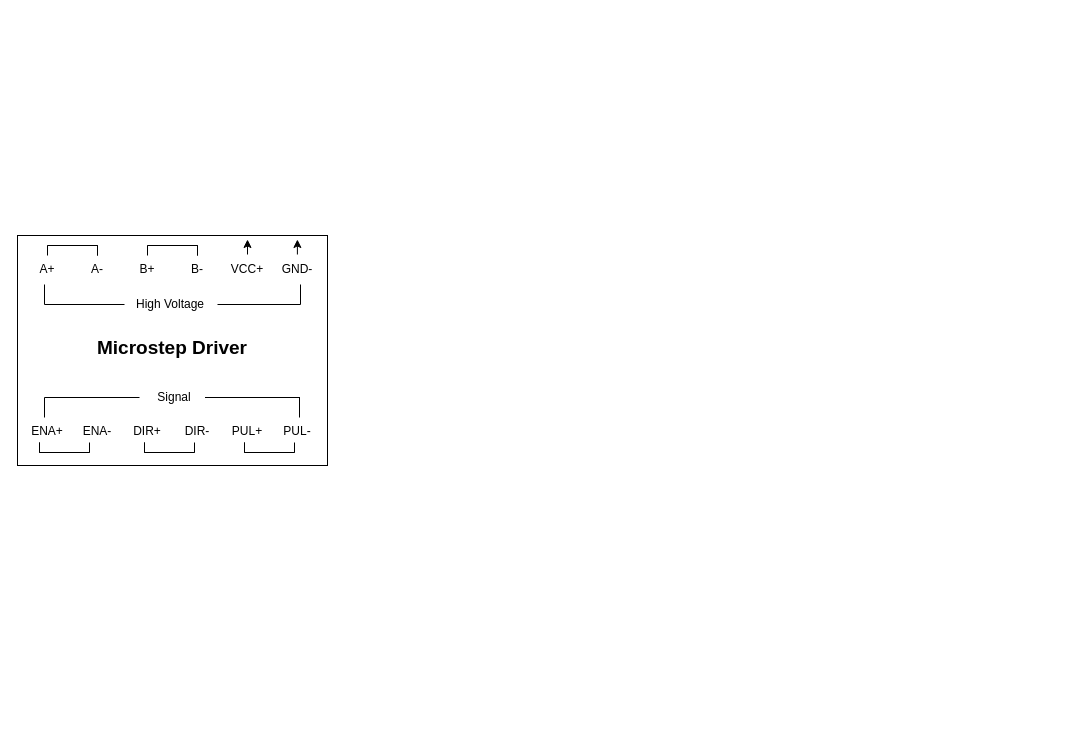
Before: Stepper-Driver-Esp32 Circuit Diagram.drawio in DattBhatt/Draw.io, a draw.io diagram. Source tidied: cells renumbered, new cells numbered last; positions are measured from the earlier drawing's top-left corner, leaving out a move shared by most shapes. Both pictures are drawn from the tidied source at 100%, with x=0, y=0 at pixel (17, 235).
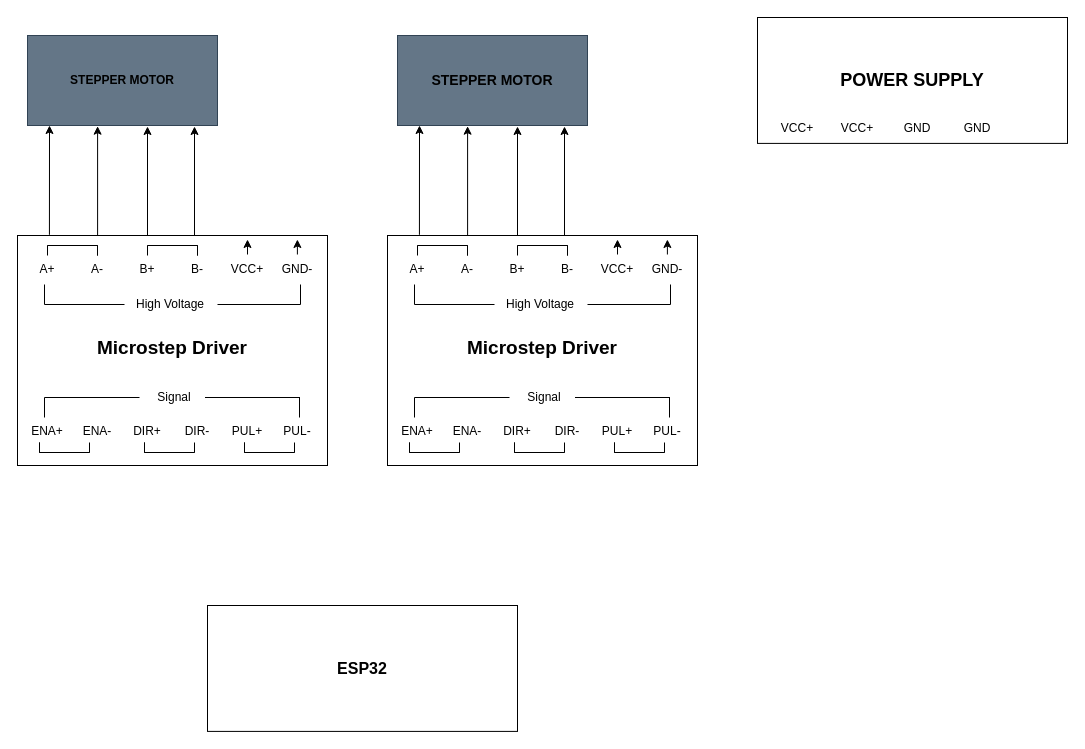
The same page after the edit.

Change to the diagram source:
```diff
@@
-    <mxCell id="2" style="rounded=0;whiteSpace=wrap;html=1;" parent="1" vertex="1">
+    <mxCell id="2" style="rounded=0;whiteSpace=wrap;html=1;fillColor=default;" parent="1" vertex="1">
       <mxGeometry width="310" height="230" as="geometry" />
     </mxCell>
@@
-    <mxCell id="4" value="A+" style="text;html=1;align=center;verticalAlign=middle;whiteSpace=wrap;rounded=0;" parent="1" vertex="1">
+    <mxCell id="4" value="A+" style="text;html=1;align=center;verticalAlign=middle;whiteSpace=wrap;rounded=0;labelBorderColor=none;fontColor=default;" parent="1" vertex="1">
       <mxGeometry y="19" width="60" height="30" as="geometry" />
     </mxCell>
@@
-    <mxCell id="6" value="A-" style="text;html=1;align=center;verticalAlign=middle;whiteSpace=wrap;rounded=0;" parent="1" vertex="1">
+    <mxCell id="6" value="A-" style="text;html=1;align=center;verticalAlign=middle;whiteSpace=wrap;rounded=0;fontColor=default;labelBackgroundColor=none;textShadow=0;labelBorderColor=none;" parent="1" vertex="1">
       <mxGeometry x="50" y="19" width="60" height="30" as="geometry" />
     </mxCell>
@@
-    <mxCell id="65" style="endArrow=classic;html=1;rounded=0;exitX=0.5;exitY=0;exitDx=0;exitDy=0;" parent="1" edge="1">
-      <mxGeometry relative="1" as="geometry">
-        <mxPoint x="279.9" y="19" as="sourcePoint" />
-        <mxPoint x="279.9" y="4" as="targetPoint" />
-      </mxGeometry>
-    </mxCell>
+    <mxCell id="66" style="endArrow=classic;html=1;rounded=0;exitX=0.5;exitY=0;exitDx=0;exitDy=0;" parent="1" edge="1">
+      <mxGeometry relative="1" as="geometry">
+        <mxPoint x="279.9" y="19" as="sourcePoint" />
+        <mxPoint x="279.9" y="4" as="targetPoint" />
+      </mxGeometry>
+    </mxCell>
+    <mxCell id="67" style="endArrow=classic;html=1;rounded=0;exitX=0.103;exitY=-0.003;exitDx=0;exitDy=0;exitPerimeter=0;fontColor=light-dark(#000000,#000000);strokeColor=light-dark(#000000,#000000);" parent="1" edge="1" source="2">
+      <mxGeometry relative="1" as="geometry">
+        <mxPoint x="32" y="-110" as="targetPoint" />
+      </mxGeometry>
+    </mxCell>
+    <mxCell id="68" style="endArrow=classic;html=1;rounded=0;exitX=0.103;exitY=-0.003;exitDx=0;exitDy=0;exitPerimeter=0;fontColor=light-dark(#000000,#000000);strokeColor=light-dark(#000000,#97D077);" parent="1" edge="1">
+      <mxGeometry relative="1" as="geometry">
+        <mxPoint x="80.1" y="-0.3" as="sourcePoint" />
+        <mxPoint x="80.1" y="-109.3" as="targetPoint" />
+      </mxGeometry>
+    </mxCell>
+    <mxCell id="69" style="endArrow=classic;html=1;rounded=0;exitX=0.103;exitY=-0.003;exitDx=0;exitDy=0;exitPerimeter=0;fontColor=light-dark(#000000,#000000);strokeColor=light-dark(#000000,#3333FF);" parent="1" edge="1">
+      <mxGeometry relative="1" as="geometry">
+        <mxPoint x="177" as="sourcePoint" />
+        <mxPoint x="177" y="-109" as="targetPoint" />
+      </mxGeometry>
+    </mxCell>
+    <mxCell id="70" style="endArrow=classic;html=1;rounded=0;exitX=0.103;exitY=-0.003;exitDx=0;exitDy=0;exitPerimeter=0;fontColor=light-dark(#000000,#000000);strokeColor=light-dark(#000000,#FF3333);" parent="1" edge="1">
+      <mxGeometry relative="1" as="geometry">
+        <mxPoint x="130" as="sourcePoint" />
+        <mxPoint x="130" y="-109" as="targetPoint" />
+      </mxGeometry>
+    </mxCell>
+    <mxCell id="71" style="group;fillColor=#a20025;fontColor=#ffffff;strokeColor=#6F0000;" parent="1" vertex="1">
+      <mxGeometry x="10" y="-200" width="190" height="90" as="geometry" />
+    </mxCell>
+    <mxCell id="72" value="&lt;b&gt;&lt;font style=&quot;font-size: 16px;&quot;&gt;ESP32&lt;/font&gt;&lt;/b&gt;" style="rounded=0;whiteSpace=wrap;html=1;" parent="1" vertex="1">
+      <mxGeometry x="190" y="370" width="310" height="125.9" as="geometry" />
+    </mxCell>
+    <mxCell id="73" value="&lt;font style=&quot;color: light-dark(rgb(0, 0, 0), rgb(255, 255, 255));&quot;&gt;&lt;b&gt;STEPPER MOTOR&lt;/b&gt;&lt;/font&gt;" style="rounded=0;whiteSpace=wrap;html=1;fillColor=#647687;strokeColor=#314354;fontColor=#ffffff;" parent="1" vertex="1">
+      <mxGeometry x="10" y="-200" width="190" height="90" as="geometry" />
+    </mxCell>
+    <mxCell id="74" style="rounded=0;whiteSpace=wrap;html=1;fillColor=default;" parent="1" vertex="1">
+      <mxGeometry x="370" width="310" height="230" as="geometry" />
+    </mxCell>
+    <mxCell id="75" value="&lt;h1 style=&quot;margin-top: 0px;&quot;&gt;&lt;font style=&quot;font-size: 19px;&quot;&gt;Microstep Driver&lt;/font&gt;&lt;/h1&gt;" style="text;html=1;whiteSpace=wrap;overflow=hidden;rounded=0;align=center;" parent="1" vertex="1">
+      <mxGeometry x="445" y="90" width="160" height="40" as="geometry" />
+    </mxCell>
+    <mxCell id="76" value="A+" style="text;html=1;align=center;verticalAlign=middle;whiteSpace=wrap;rounded=0;labelBorderColor=none;fontColor=default;" parent="1" vertex="1">
+      <mxGeometry x="370" y="19" width="60" height="30" as="geometry" />
+    </mxCell>
+    <mxCell id="77" value="GND-" style="text;html=1;align=center;verticalAlign=middle;whiteSpace=wrap;rounded=0;" parent="1" vertex="1">
+      <mxGeometry x="620" y="19" width="60" height="30" as="geometry" />
+    </mxCell>
+    <mxCell id="78" value="A-" style="text;html=1;align=center;verticalAlign=middle;whiteSpace=wrap;rounded=0;fontColor=default;labelBackgroundColor=none;textShadow=0;labelBorderColor=none;" parent="1" vertex="1">
+      <mxGeometry x="420" y="19" width="60" height="30" as="geometry" />
+    </mxCell>
+    <mxCell id="79" value="B+" style="text;html=1;align=center;verticalAlign=middle;whiteSpace=wrap;rounded=0;" parent="1" vertex="1">
+      <mxGeometry x="470" y="19" width="60" height="30" as="geometry" />
+    </mxCell>
+    <mxCell id="80" value="B-" style="text;html=1;align=center;verticalAlign=middle;whiteSpace=wrap;rounded=0;" parent="1" vertex="1">
+      <mxGeometry x="520" y="19" width="60" height="30" as="geometry" />
+    </mxCell>
+    <mxCell id="81" value="VCC+" style="text;html=1;align=center;verticalAlign=middle;whiteSpace=wrap;rounded=0;" parent="1" vertex="1">
+      <mxGeometry x="570" y="19" width="60" height="30" as="geometry" />
+    </mxCell>
+    <mxCell id="82" value="ENA+" style="text;html=1;align=center;verticalAlign=middle;whiteSpace=wrap;rounded=0;" parent="1" vertex="1">
+      <mxGeometry x="370" y="181" width="60" height="30" as="geometry" />
+    </mxCell>
+    <mxCell id="83" value="ENA-" style="text;html=1;align=center;verticalAlign=middle;whiteSpace=wrap;rounded=0;" parent="1" vertex="1">
+      <mxGeometry x="420" y="181" width="60" height="30" as="geometry" />
+    </mxCell>
+    <mxCell id="84" style="group;rotation=-180;" parent="1" vertex="1">
+      <mxGeometry x="392" y="207" width="50" height="10" as="geometry" />
+    </mxCell>
+    <mxCell id="85" style="endArrow=none;html=1;rounded=0;exitX=0.5;exitY=0;exitDx=0;exitDy=0;" parent="84" edge="1">
+      <mxGeometry relative="1" as="geometry">
+        <mxPoint as="sourcePoint" />
+        <mxPoint y="10" as="targetPoint" />
+      </mxGeometry>
+    </mxCell>
+    <mxCell id="86" style="endArrow=none;html=1;rounded=0;" parent="84" edge="1">
+      <mxGeometry relative="1" as="geometry">
+        <mxPoint x="50" y="10" as="sourcePoint" />
+        <mxPoint y="10" as="targetPoint" />
+      </mxGeometry>
+    </mxCell>
+    <mxCell id="87" style="group;rotation=-180;" parent="84" vertex="1">
+      <mxGeometry width="50" height="10" as="geometry" />
+    </mxCell>
+    <mxCell id="88" style="endArrow=none;html=1;rounded=0;exitX=0.5;exitY=0;exitDx=0;exitDy=0;" parent="87" edge="1">
+      <mxGeometry relative="1" as="geometry">
+        <mxPoint x="50" as="sourcePoint" />
+        <mxPoint x="50" y="10" as="targetPoint" />
+      </mxGeometry>
+    </mxCell>
+    <mxCell id="89" style="endArrow=none;html=1;rounded=0;exitX=0.5;exitY=0;exitDx=0;exitDy=0;" parent="87" edge="1">
+      <mxGeometry relative="1" as="geometry">
+        <mxPoint as="sourcePoint" />
+        <mxPoint y="10" as="targetPoint" />
+      </mxGeometry>
+    </mxCell>
+    <mxCell id="90" style="endArrow=none;html=1;rounded=0;" parent="87" edge="1">
+      <mxGeometry relative="1" as="geometry">
+        <mxPoint x="50" y="10" as="sourcePoint" />
+        <mxPoint y="10" as="targetPoint" />
+      </mxGeometry>
+    </mxCell>
+    <mxCell id="91" value="DIR+" style="text;html=1;align=center;verticalAlign=middle;whiteSpace=wrap;rounded=0;" parent="1" vertex="1">
+      <mxGeometry x="470" y="181" width="60" height="30" as="geometry" />
+    </mxCell>
+    <mxCell id="92" value="DIR-" style="text;html=1;align=center;verticalAlign=middle;whiteSpace=wrap;rounded=0;" parent="1" vertex="1">
+      <mxGeometry x="520" y="181" width="60" height="30" as="geometry" />
+    </mxCell>
+    <mxCell id="93" value="PUL+" style="text;html=1;align=center;verticalAlign=middle;whiteSpace=wrap;rounded=0;" parent="1" vertex="1">
+      <mxGeometry x="570" y="181" width="60" height="30" as="geometry" />
+    </mxCell>
+    <mxCell id="94" value="PUL-" style="text;html=1;align=center;verticalAlign=middle;whiteSpace=wrap;rounded=0;" parent="1" vertex="1">
+      <mxGeometry x="620" y="181" width="60" height="30" as="geometry" />
+    </mxCell>
+    <mxCell id="95" style="group;rotation=-180;" parent="1" vertex="1">
+      <mxGeometry x="497" y="207" width="50" height="10" as="geometry" />
+    </mxCell>
+    <mxCell id="96" style="endArrow=none;html=1;rounded=0;exitX=0.5;exitY=0;exitDx=0;exitDy=0;" parent="95" edge="1">
+      <mxGeometry relative="1" as="geometry">
+        <mxPoint as="sourcePoint" />
+        <mxPoint y="10" as="targetPoint" />
+      </mxGeometry>
+    </mxCell>
+    <mxCell id="97" style="endArrow=none;html=1;rounded=0;" parent="95" edge="1">
+      <mxGeometry relative="1" as="geometry">
+        <mxPoint x="50" y="10" as="sourcePoint" />
+        <mxPoint y="10" as="targetPoint" />
+      </mxGeometry>
+    </mxCell>
+    <mxCell id="98" style="group;rotation=-180;" parent="95" vertex="1">
+      <mxGeometry width="50" height="10" as="geometry" />
+    </mxCell>
+    <mxCell id="99" style="endArrow=none;html=1;rounded=0;exitX=0.5;exitY=0;exitDx=0;exitDy=0;" parent="98" edge="1">
+      <mxGeometry relative="1" as="geometry">
+        <mxPoint x="50" as="sourcePoint" />
+        <mxPoint x="50" y="10" as="targetPoint" />
+      </mxGeometry>
+    </mxCell>
+    <mxCell id="100" style="endArrow=none;html=1;rounded=0;exitX=0.5;exitY=0;exitDx=0;exitDy=0;" parent="98" edge="1">
+      <mxGeometry relative="1" as="geometry">
+        <mxPoint as="sourcePoint" />
+        <mxPoint y="10" as="targetPoint" />
+      </mxGeometry>
+    </mxCell>
+    <mxCell id="101" style="endArrow=none;html=1;rounded=0;" parent="98" edge="1">
+      <mxGeometry relative="1" as="geometry">
+        <mxPoint x="50" y="10" as="sourcePoint" />
+        <mxPoint y="10" as="targetPoint" />
+      </mxGeometry>
+    </mxCell>
+    <mxCell id="102" style="group;rotation=-180;" parent="1" vertex="1">
+      <mxGeometry x="597" y="207" width="50" height="10" as="geometry" />
+    </mxCell>
+    <mxCell id="103" style="endArrow=none;html=1;rounded=0;exitX=0.5;exitY=0;exitDx=0;exitDy=0;" parent="102" edge="1">
+      <mxGeometry relative="1" as="geometry">
+        <mxPoint as="sourcePoint" />
+        <mxPoint y="10" as="targetPoint" />
+      </mxGeometry>
+    </mxCell>
+    <mxCell id="104" style="endArrow=none;html=1;rounded=0;" parent="102" edge="1">
+      <mxGeometry relative="1" as="geometry">
+        <mxPoint x="50" y="10" as="sourcePoint" />
+        <mxPoint y="10" as="targetPoint" />
+      </mxGeometry>
+    </mxCell>
+    <mxCell id="105" style="group;rotation=-180;" parent="102" vertex="1">
+      <mxGeometry width="50" height="10" as="geometry" />
+    </mxCell>
+    <mxCell id="106" style="endArrow=none;html=1;rounded=0;exitX=0.5;exitY=0;exitDx=0;exitDy=0;" parent="105" edge="1">
+      <mxGeometry relative="1" as="geometry">
+        <mxPoint x="50" as="sourcePoint" />
+        <mxPoint x="50" y="10" as="targetPoint" />
+      </mxGeometry>
+    </mxCell>
+    <mxCell id="107" style="endArrow=none;html=1;rounded=0;exitX=0.5;exitY=0;exitDx=0;exitDy=0;" parent="105" edge="1">
+      <mxGeometry relative="1" as="geometry">
+        <mxPoint as="sourcePoint" />
+        <mxPoint y="10" as="targetPoint" />
+      </mxGeometry>
+    </mxCell>
+    <mxCell id="108" style="endArrow=none;html=1;rounded=0;" parent="105" edge="1">
+      <mxGeometry relative="1" as="geometry">
+        <mxPoint x="50" y="10" as="sourcePoint" />
+        <mxPoint y="10" as="targetPoint" />
+      </mxGeometry>
+    </mxCell>
+    <mxCell id="109" style="group;" parent="1" vertex="1">
+      <mxGeometry x="397" y="152" width="255.5" height="30" as="geometry" />
+    </mxCell>
+    <mxCell id="110" value="Signal" style="text;html=1;align=center;verticalAlign=middle;whiteSpace=wrap;rounded=0;" parent="109" vertex="1">
+      <mxGeometry x="100" width="60" height="20" as="geometry" />
+    </mxCell>
+    <mxCell id="111" style="group;" parent="109" vertex="1">
+      <mxGeometry y="10" width="255.5" height="20" as="geometry" />
+    </mxCell>
+    <mxCell id="112" style="endArrow=none;html=1;rounded=0;entryX=0;entryY=0.5;entryDx=0;entryDy=0;exitX=0.121;exitY=0.647;exitDx=0;exitDy=0;exitPerimeter=0;" parent="111" edge="1">
+      <mxGeometry relative="1" as="geometry">
+        <mxPoint x="160.5" as="sourcePoint" />
+        <mxPoint x="255.5" as="targetPoint" />
+      </mxGeometry>
+    </mxCell>
+    <mxCell id="113" style="endArrow=none;html=1;rounded=0;entryX=0.121;entryY=0.765;entryDx=0;entryDy=0;exitX=0.121;exitY=0.647;exitDx=0;exitDy=0;exitPerimeter=0;entryPerimeter=0;" parent="111" edge="1">
+      <mxGeometry relative="1" as="geometry">
+        <mxPoint x="255" as="sourcePoint" />
+        <mxPoint x="255" y="20" as="targetPoint" />
+      </mxGeometry>
+    </mxCell>
+    <mxCell id="114" style="endArrow=none;html=1;rounded=0;entryX=0;entryY=0.5;entryDx=0;entryDy=0;exitX=0.121;exitY=0.647;exitDx=0;exitDy=0;exitPerimeter=0;" parent="111" edge="1">
+      <mxGeometry relative="1" as="geometry">
+        <mxPoint as="sourcePoint" />
+        <mxPoint x="95" as="targetPoint" />
+      </mxGeometry>
+    </mxCell>
+    <mxCell id="115" style="endArrow=none;html=1;rounded=0;entryX=0.121;entryY=0.765;entryDx=0;entryDy=0;entryPerimeter=0;" parent="111" edge="1">
+      <mxGeometry relative="1" as="geometry">
+        <mxPoint as="sourcePoint" />
+        <mxPoint y="20" as="targetPoint" />
+      </mxGeometry>
+    </mxCell>
+    <mxCell id="116" style="group;" parent="1" vertex="1">
+      <mxGeometry x="397" y="49" width="256" height="30" as="geometry" />
+    </mxCell>
+    <mxCell id="117" style="endArrow=none;html=1;rounded=0;entryX=0.121;entryY=0.765;entryDx=0;entryDy=0;exitX=0.121;exitY=0.647;exitDx=0;exitDy=0;exitPerimeter=0;entryPerimeter=0;" parent="116" edge="1">
+      <mxGeometry relative="1" as="geometry">
+        <mxPoint y="20" as="sourcePoint" />
+        <mxPoint as="targetPoint" />
+      </mxGeometry>
+    </mxCell>
+    <mxCell id="118" value="High Voltage" style="text;html=1;align=center;verticalAlign=middle;whiteSpace=wrap;rounded=0;rotation=0;" parent="116" vertex="1">
+      <mxGeometry x="80" y="10" width="92" height="20" as="geometry" />
+    </mxCell>
+    <mxCell id="119" style="endArrow=none;html=1;rounded=0;entryX=0;entryY=0.5;entryDx=0;entryDy=0;exitX=0;exitY=0.5;exitDx=0;exitDy=0;" parent="116" edge="1" source="118">
+      <mxGeometry relative="1" as="geometry">
+        <mxPoint y="20" as="targetPoint" />
+      </mxGeometry>
+    </mxCell>
+    <mxCell id="120" style="endArrow=none;html=1;rounded=0;exitX=0.121;exitY=0.647;exitDx=0;exitDy=0;exitPerimeter=0;" parent="116" edge="1">
+      <mxGeometry relative="1" as="geometry">
+        <mxPoint x="256" y="20" as="sourcePoint" />
+        <mxPoint x="173" y="20" as="targetPoint" />
+      </mxGeometry>
+    </mxCell>
+    <mxCell id="121" style="endArrow=none;html=1;rounded=0;entryX=0.121;entryY=0.765;entryDx=0;entryDy=0;entryPerimeter=0;" parent="116" edge="1">
+      <mxGeometry relative="1" as="geometry">
+        <mxPoint x="256" y="20" as="sourcePoint" />
+        <mxPoint x="256" as="targetPoint" />
+      </mxGeometry>
+    </mxCell>
+    <mxCell id="122" style="group;rotation=0;" parent="1" vertex="1">
+      <mxGeometry x="400" y="10" width="50" height="10" as="geometry" />
+    </mxCell>
+    <mxCell id="123" style="endArrow=none;html=1;rounded=0;exitX=0.5;exitY=0;exitDx=0;exitDy=0;" parent="122" edge="1">
+      <mxGeometry relative="1" as="geometry">
+        <mxPoint x="50" y="10" as="sourcePoint" />
+        <mxPoint x="50" as="targetPoint" />
+      </mxGeometry>
+    </mxCell>
+    <mxCell id="124" style="endArrow=none;html=1;rounded=0;" parent="122" edge="1">
+      <mxGeometry relative="1" as="geometry">
+        <mxPoint as="sourcePoint" />
+        <mxPoint x="50" as="targetPoint" />
+      </mxGeometry>
+    </mxCell>
+    <mxCell id="125" style="group;rotation=0;" parent="122" vertex="1">
+      <mxGeometry width="50" height="10" as="geometry" />
+    </mxCell>
+    <mxCell id="126" style="endArrow=none;html=1;rounded=0;exitX=0.5;exitY=0;exitDx=0;exitDy=0;" parent="125" edge="1">
+      <mxGeometry relative="1" as="geometry">
+        <mxPoint y="10" as="sourcePoint" />
+        <mxPoint as="targetPoint" />
+      </mxGeometry>
+    </mxCell>
+    <mxCell id="127" style="endArrow=none;html=1;rounded=0;exitX=0.5;exitY=0;exitDx=0;exitDy=0;" parent="125" edge="1">
+      <mxGeometry relative="1" as="geometry">
+        <mxPoint x="50" y="10" as="sourcePoint" />
+        <mxPoint x="50" as="targetPoint" />
+      </mxGeometry>
+    </mxCell>
+    <mxCell id="128" style="endArrow=none;html=1;rounded=0;" parent="125" edge="1">
+      <mxGeometry relative="1" as="geometry">
+        <mxPoint as="sourcePoint" />
+        <mxPoint x="50" as="targetPoint" />
+      </mxGeometry>
+    </mxCell>
+    <mxCell id="129" style="group;rotation=0;" parent="1" vertex="1">
+      <mxGeometry x="500" y="10" width="50" height="10" as="geometry" />
+    </mxCell>
+    <mxCell id="130" style="endArrow=none;html=1;rounded=0;exitX=0.5;exitY=0;exitDx=0;exitDy=0;" parent="129" edge="1">
+      <mxGeometry relative="1" as="geometry">
+        <mxPoint x="50" y="10" as="sourcePoint" />
+        <mxPoint x="50" as="targetPoint" />
+      </mxGeometry>
+    </mxCell>
+    <mxCell id="131" style="endArrow=none;html=1;rounded=0;" parent="129" edge="1">
+      <mxGeometry relative="1" as="geometry">
+        <mxPoint as="sourcePoint" />
+        <mxPoint x="50" as="targetPoint" />
+      </mxGeometry>
+    </mxCell>
+    <mxCell id="132" style="group;rotation=0;" parent="129" vertex="1">
+      <mxGeometry width="50" height="10" as="geometry" />
+    </mxCell>
+    <mxCell id="133" style="endArrow=none;html=1;rounded=0;exitX=0.5;exitY=0;exitDx=0;exitDy=0;" parent="132" edge="1">
+      <mxGeometry relative="1" as="geometry">
+        <mxPoint y="10" as="sourcePoint" />
+        <mxPoint as="targetPoint" />
+      </mxGeometry>
+    </mxCell>
+    <mxCell id="134" style="endArrow=none;html=1;rounded=0;exitX=0.5;exitY=0;exitDx=0;exitDy=0;" parent="132" edge="1">
+      <mxGeometry relative="1" as="geometry">
+        <mxPoint x="50" y="10" as="sourcePoint" />
+        <mxPoint x="50" as="targetPoint" />
+      </mxGeometry>
+    </mxCell>
+    <mxCell id="135" style="endArrow=none;html=1;rounded=0;" parent="132" edge="1">
+      <mxGeometry relative="1" as="geometry">
+        <mxPoint as="sourcePoint" />
+        <mxPoint x="50" as="targetPoint" />
+      </mxGeometry>
+    </mxCell>
+    <mxCell id="136" style="endArrow=classic;html=1;rounded=0;exitX=0.5;exitY=0;exitDx=0;exitDy=0;" parent="1" edge="1" source="81">
+      <mxGeometry relative="1" as="geometry">
+        <mxPoint x="600" y="4" as="targetPoint" />
+      </mxGeometry>
+    </mxCell>
+    <mxCell id="137" style="endArrow=classic;html=1;rounded=0;exitX=0.5;exitY=0;exitDx=0;exitDy=0;" parent="1" edge="1">
+      <mxGeometry relative="1" as="geometry">
+        <mxPoint x="649.9" y="19" as="sourcePoint" />
+        <mxPoint x="649.9" y="4" as="targetPoint" />
+      </mxGeometry>
+    </mxCell>
+    <mxCell id="138" style="endArrow=classic;html=1;rounded=0;exitX=0.103;exitY=-0.003;exitDx=0;exitDy=0;exitPerimeter=0;fontColor=light-dark(#000000,#000000);strokeColor=light-dark(#000000,#000000);" parent="1" edge="1" source="74">
+      <mxGeometry relative="1" as="geometry">
+        <mxPoint x="402" y="-110" as="targetPoint" />
+      </mxGeometry>
+    </mxCell>
+    <mxCell id="139" style="endArrow=classic;html=1;rounded=0;exitX=0.103;exitY=-0.003;exitDx=0;exitDy=0;exitPerimeter=0;fontColor=light-dark(#000000,#000000);strokeColor=light-dark(#000000,#97D077);" parent="1" edge="1">
+      <mxGeometry relative="1" as="geometry">
+        <mxPoint x="450.1" y="-0.3" as="sourcePoint" />
+        <mxPoint x="450.1" y="-109.3" as="targetPoint" />
+      </mxGeometry>
+    </mxCell>
+    <mxCell id="140" style="endArrow=classic;html=1;rounded=0;exitX=0.103;exitY=-0.003;exitDx=0;exitDy=0;exitPerimeter=0;fontColor=light-dark(#000000,#000000);strokeColor=light-dark(#000000,#3333FF);" parent="1" edge="1">
+      <mxGeometry relative="1" as="geometry">
+        <mxPoint x="547" as="sourcePoint" />
+        <mxPoint x="547" y="-109" as="targetPoint" />
+      </mxGeometry>
+    </mxCell>
+    <mxCell id="141" style="endArrow=classic;html=1;rounded=0;exitX=0.103;exitY=-0.003;exitDx=0;exitDy=0;exitPerimeter=0;fontColor=light-dark(#000000,#000000);strokeColor=light-dark(#000000,#FF3333);" parent="1" edge="1">
+      <mxGeometry relative="1" as="geometry">
+        <mxPoint x="500" as="sourcePoint" />
+        <mxPoint x="500" y="-109" as="targetPoint" />
+      </mxGeometry>
+    </mxCell>
+    <mxCell id="142" style="group;fillColor=#a20025;fontColor=#ffffff;strokeColor=#6F0000;" parent="1" vertex="1">
+      <mxGeometry x="380" y="-200" width="190" height="90" as="geometry" />
+    </mxCell>
+    <mxCell id="143" value="&lt;font style=&quot;font-size: 14px; color: light-dark(rgb(0, 0, 0), rgb(255, 255, 255));&quot;&gt;&lt;b&gt;STEPPER MOTOR&lt;/b&gt;&lt;/font&gt;" style="rounded=0;whiteSpace=wrap;html=1;fillColor=#647687;strokeColor=#314354;fontColor=#ffffff;" parent="1" vertex="1">
+      <mxGeometry x="380" y="-200" width="190" height="90" as="geometry" />
+    </mxCell>
+    <mxCell id="144" value="&lt;font style=&quot;font-size: 18px;&quot;&gt;&lt;b style=&quot;&quot;&gt;POWER SUPPLY&lt;/b&gt;&lt;/font&gt;" style="rounded=0;whiteSpace=wrap;html=1;" parent="1" vertex="1">
+      <mxGeometry x="740" y="-218" width="310" height="125.9" as="geometry" />
+    </mxCell>
+    <mxCell id="145" value="VCC+" style="text;html=1;align=center;verticalAlign=middle;whiteSpace=wrap;rounded=0;" parent="1" vertex="1">
+      <mxGeometry x="750" y="-122" width="60" height="30" as="geometry" />
+    </mxCell>
+    <mxCell id="146" value="VCC+" style="text;html=1;align=center;verticalAlign=middle;whiteSpace=wrap;rounded=0;" parent="1" vertex="1">
+      <mxGeometry x="810" y="-122" width="60" height="30" as="geometry" />
+    </mxCell>
+    <mxCell id="147" value="GND" style="text;html=1;align=center;verticalAlign=middle;whiteSpace=wrap;rounded=0;" parent="1" vertex="1">
+      <mxGeometry x="930" y="-122" width="60" height="30" as="geometry" />
+    </mxCell>
+    <mxCell id="148" value="GND" style="text;html=1;align=center;verticalAlign=middle;whiteSpace=wrap;rounded=0;" parent="1" vertex="1">
+      <mxGeometry x="870" y="-122" width="60" height="30" as="geometry" />
+    </mxCell>
```
